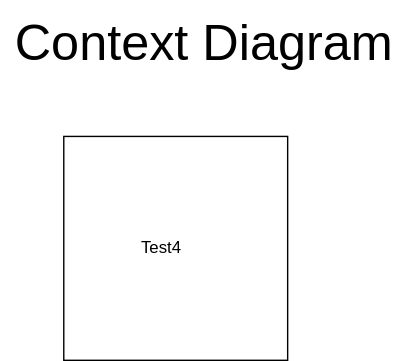
Above: diagrams/contextdiagram.svg in martintara/kaffeknekt (draw.io), before the change. Source tidied: cells renumbered, new cells last; positions are measured from the earlier drawing's top-left corner, leaving out a move shared by most shapes.
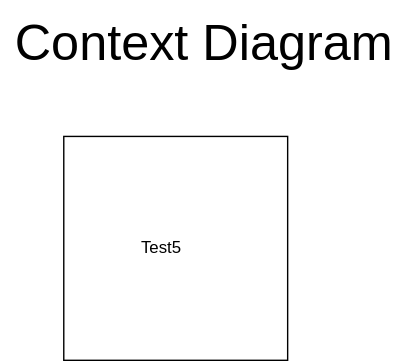
The same file after the commit.

Change to the diagram source:
```diff
@@ -5,7 +5,7 @@
     <mxCell id="2" style="whiteSpace=wrap;html=1;" parent="1" vertex="1">
       <mxGeometry x="45" y="97" width="160" height="160" as="geometry" />
     </mxCell>
-    <mxCell id="3" value="Test4" style="text;html=1;align=center;verticalAlign=middle;whiteSpace=wrap;rounded=0;" parent="1" vertex="1">
+    <mxCell id="3" value="Test5" style="text;html=1;align=center;verticalAlign=middle;whiteSpace=wrap;rounded=0;" parent="1" vertex="1">
       <mxGeometry x="85" y="162" width="60" height="30" as="geometry" />
     </mxCell>
     <mxCell id="4" value="&lt;font style=&quot;font-size: 36px;&quot;&gt;Context Diagram&lt;/font&gt;" style="text;html=1;align=center;verticalAlign=middle;strokeColor=none;fillColor=none;" parent="1" vertex="1">
```
